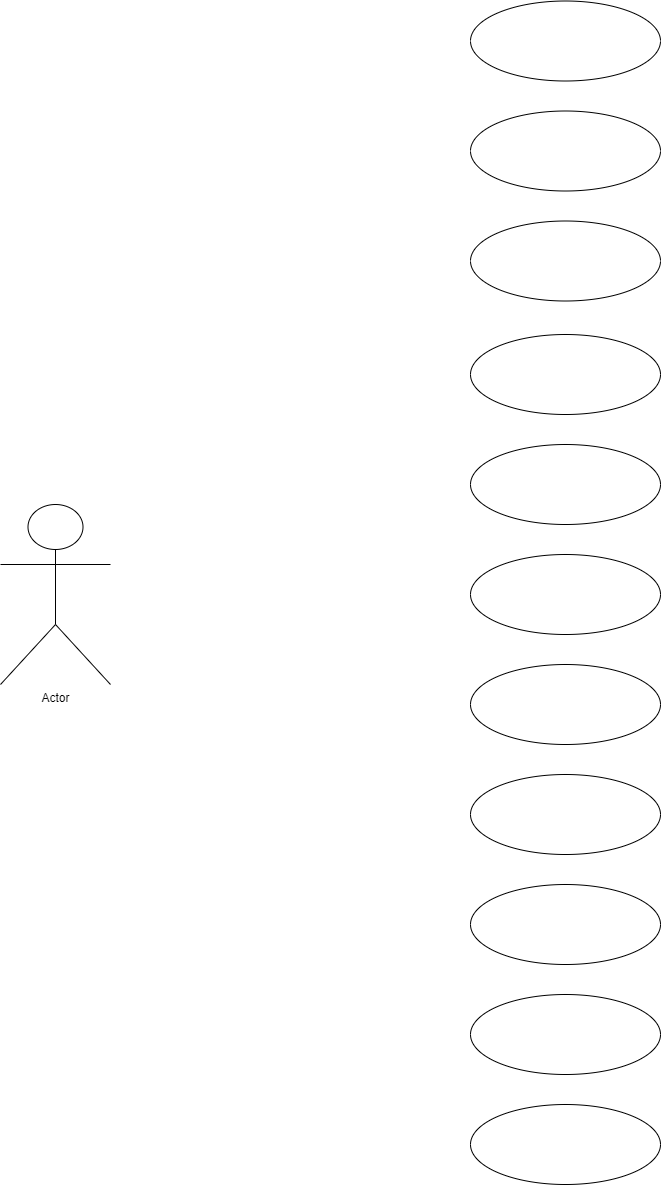
Above: Untitled Diagram.drawio.png in rakeshkandhi/rakeshkandhi (draw.io), before the change. Source tidied: cells renumbered, new cells last; positions are measured from the earlier drawing's top-left corner, leaving out a move shared by most shapes. The source it was exported from:
```xml
<mxGraphModel>
  <root>
    <mxCell id="0" />
    <mxCell id="1" parent="0" />
    <mxCell id="2" style="ellipse;whiteSpace=wrap;html=1;" parent="1" vertex="1">
      <mxGeometry x="470" y="334" width="190" height="80" as="geometry" />
    </mxCell>
    <mxCell id="3" style="ellipse;whiteSpace=wrap;html=1;" parent="1" vertex="1">
      <mxGeometry x="470" y="444" width="190" height="80" as="geometry" />
    </mxCell>
    <mxCell id="4" style="ellipse;whiteSpace=wrap;html=1;" parent="1" vertex="1">
      <mxGeometry x="470" y="554" width="190" height="80" as="geometry" />
    </mxCell>
    <mxCell id="5" style="ellipse;whiteSpace=wrap;html=1;" parent="1" vertex="1">
      <mxGeometry x="470" y="664" width="190" height="80" as="geometry" />
    </mxCell>
    <mxCell id="6" style="ellipse;whiteSpace=wrap;html=1;" parent="1" vertex="1">
      <mxGeometry x="470" y="0.5" width="190" height="80" as="geometry" />
    </mxCell>
    <mxCell id="7" style="ellipse;whiteSpace=wrap;html=1;" parent="1" vertex="1">
      <mxGeometry x="470" y="110.5" width="190" height="80" as="geometry" />
    </mxCell>
    <mxCell id="8" style="ellipse;whiteSpace=wrap;html=1;" parent="1" vertex="1">
      <mxGeometry x="470" y="220.5" width="190" height="80" as="geometry" />
    </mxCell>
    <mxCell id="9" style="ellipse;whiteSpace=wrap;html=1;" parent="1" vertex="1">
      <mxGeometry x="470" y="774" width="190" height="80" as="geometry" />
    </mxCell>
    <mxCell id="10" style="ellipse;whiteSpace=wrap;html=1;" parent="1" vertex="1">
      <mxGeometry x="470" y="884" width="190" height="80" as="geometry" />
    </mxCell>
    <mxCell id="11" style="ellipse;whiteSpace=wrap;html=1;" parent="1" vertex="1">
      <mxGeometry x="470" y="994" width="190" height="80" as="geometry" />
    </mxCell>
    <mxCell id="12" style="ellipse;whiteSpace=wrap;html=1;" parent="1" vertex="1">
      <mxGeometry x="470" y="1104" width="190" height="80" as="geometry" />
    </mxCell>
    <mxCell id="13" value="Actor" style="shape=umlActor;verticalLabelPosition=bottom;verticalAlign=top;html=1;" parent="1" vertex="1">
      <mxGeometry y="504" width="110" height="180" as="geometry" />
    </mxCell>
  </root>
</mxGraphModel>
```
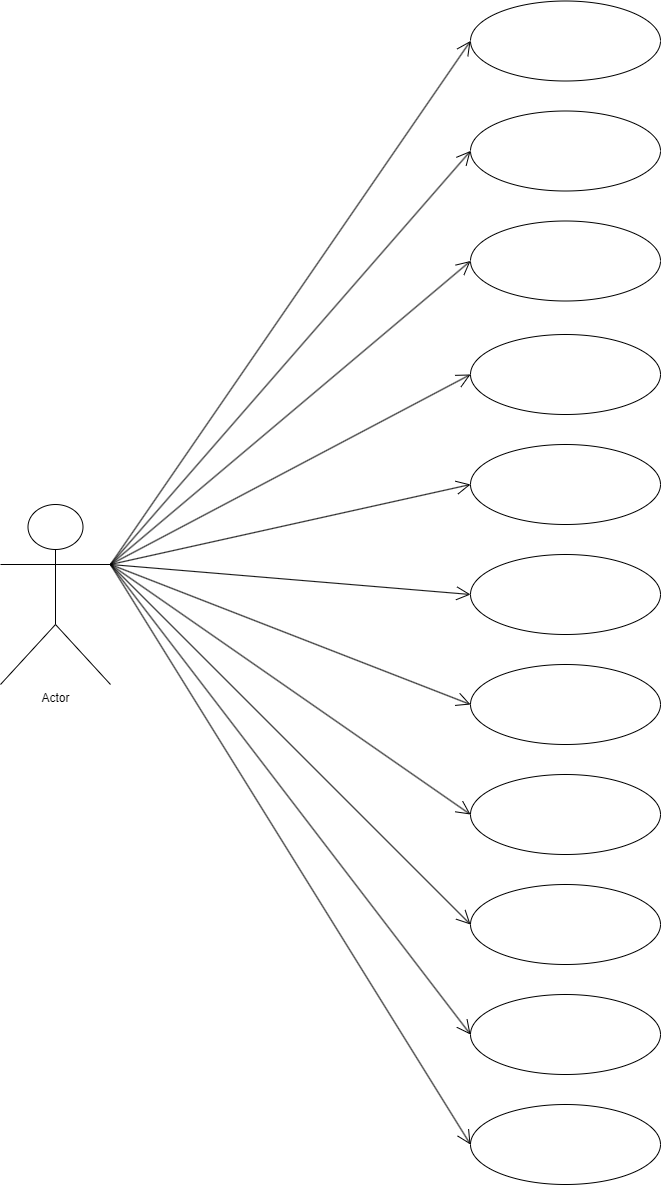
Above is the later version.

Diff of the diagram source:
```diff
@@ -38,5 +38,38 @@
     <mxCell id="13" value="Actor" style="shape=umlActor;verticalLabelPosition=bottom;verticalAlign=top;html=1;" parent="1" vertex="1">
       <mxGeometry y="504" width="110" height="180" as="geometry" />
     </mxCell>
+    <mxCell id="14" style="endArrow=open;endFill=1;endSize=12;html=1;rounded=0;exitX=1;exitY=0.3333333333333333;exitDx=0;exitDy=0;exitPerimeter=0;entryX=0;entryY=0.5;entryDx=0;entryDy=0;" parent="1" edge="1" source="13" target="10">
+      <mxGeometry relative="1" as="geometry" />
+    </mxCell>
+    <mxCell id="15" style="endArrow=open;endFill=1;endSize=12;html=1;rounded=0;exitX=1;exitY=0.3333333333333333;exitDx=0;exitDy=0;exitPerimeter=0;entryX=0;entryY=0.5;entryDx=0;entryDy=0;" parent="1" edge="1" source="13" target="12">
+      <mxGeometry relative="1" as="geometry" />
+    </mxCell>
+    <mxCell id="16" style="endArrow=open;endFill=1;endSize=12;html=1;rounded=0;exitX=1;exitY=0.3333333333333333;exitDx=0;exitDy=0;exitPerimeter=0;entryX=0;entryY=0.5;entryDx=0;entryDy=0;" parent="1" edge="1" source="13" target="11">
+      <mxGeometry relative="1" as="geometry" />
+    </mxCell>
+    <mxCell id="17" style="endArrow=open;endFill=1;endSize=12;html=1;rounded=0;exitX=1;exitY=0.3333333333333333;exitDx=0;exitDy=0;exitPerimeter=0;entryX=0;entryY=0.5;entryDx=0;entryDy=0;" parent="1" edge="1" source="13" target="9">
+      <mxGeometry relative="1" as="geometry" />
+    </mxCell>
+    <mxCell id="18" style="endArrow=open;endFill=1;endSize=12;html=1;rounded=0;exitX=1;exitY=0.3333333333333333;exitDx=0;exitDy=0;exitPerimeter=0;entryX=0;entryY=0.5;entryDx=0;entryDy=0;" parent="1" edge="1" source="13" target="5">
+      <mxGeometry relative="1" as="geometry" />
+    </mxCell>
+    <mxCell id="19" style="endArrow=open;endFill=1;endSize=12;html=1;rounded=0;exitX=1;exitY=0.3333333333333333;exitDx=0;exitDy=0;exitPerimeter=0;entryX=0;entryY=0.5;entryDx=0;entryDy=0;" parent="1" edge="1" source="13" target="4">
+      <mxGeometry relative="1" as="geometry" />
+    </mxCell>
+    <mxCell id="20" style="endArrow=open;endFill=1;endSize=12;html=1;rounded=0;exitX=1;exitY=0.3333333333333333;exitDx=0;exitDy=0;exitPerimeter=0;entryX=0;entryY=0.5;entryDx=0;entryDy=0;" parent="1" edge="1" source="13" target="2">
+      <mxGeometry relative="1" as="geometry" />
+    </mxCell>
+    <mxCell id="21" style="endArrow=open;endFill=1;endSize=12;html=1;rounded=0;exitX=1;exitY=0.3333333333333333;exitDx=0;exitDy=0;exitPerimeter=0;entryX=0;entryY=0.5;entryDx=0;entryDy=0;" parent="1" edge="1" source="13" target="3">
+      <mxGeometry relative="1" as="geometry" />
+    </mxCell>
+    <mxCell id="22" style="endArrow=open;endFill=1;endSize=12;html=1;rounded=0;exitX=1;exitY=0.3333333333333333;exitDx=0;exitDy=0;exitPerimeter=0;entryX=0;entryY=0.5;entryDx=0;entryDy=0;" parent="1" edge="1" source="13" target="8">
+      <mxGeometry relative="1" as="geometry" />
+    </mxCell>
+    <mxCell id="23" style="endArrow=open;endFill=1;endSize=12;html=1;rounded=0;exitX=1;exitY=0.3333333333333333;exitDx=0;exitDy=0;exitPerimeter=0;entryX=0;entryY=0.5;entryDx=0;entryDy=0;" parent="1" edge="1" source="13" target="7">
+      <mxGeometry relative="1" as="geometry" />
+    </mxCell>
+    <mxCell id="24" style="endArrow=open;endFill=1;endSize=12;html=1;rounded=0;exitX=1;exitY=0.3333333333333333;exitDx=0;exitDy=0;exitPerimeter=0;entryX=0;entryY=0.5;entryDx=0;entryDy=0;" parent="1" edge="1" source="13" target="6">
+      <mxGeometry relative="1" as="geometry" />
+    </mxCell>
   </root>
 </mxGraphModel>
```
